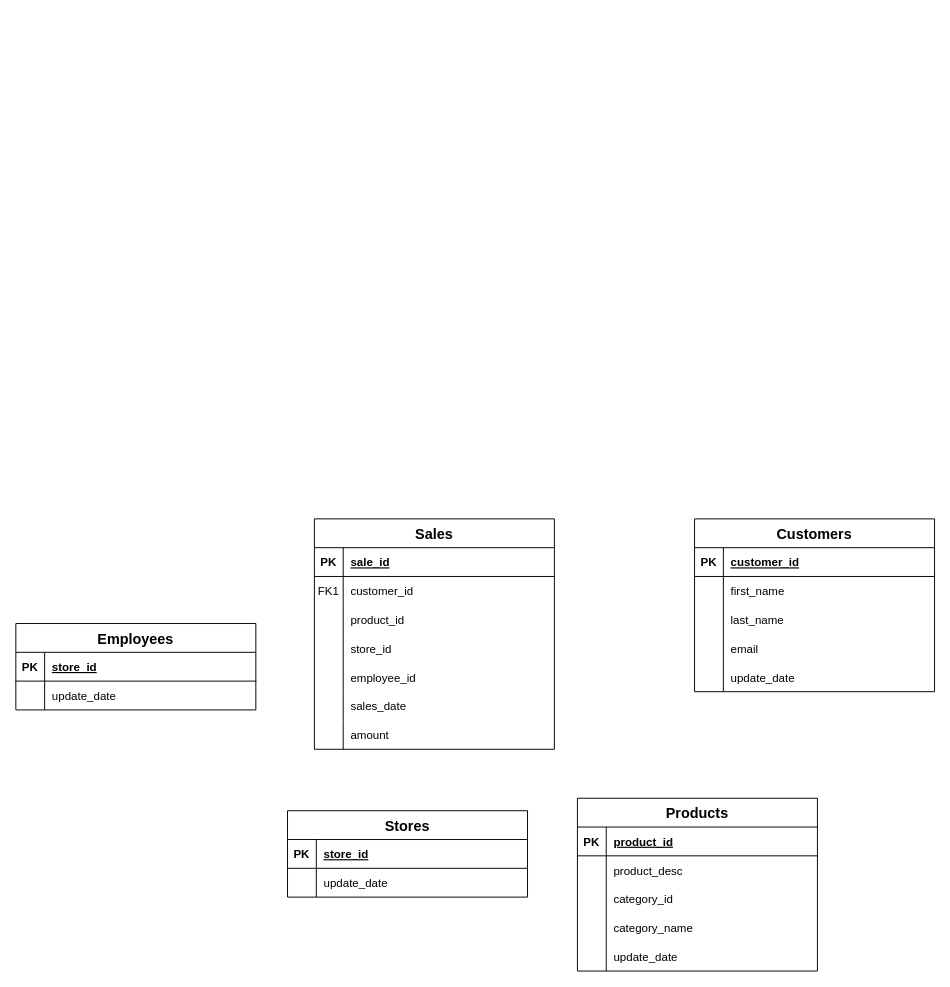
GiorgiEz/DB-modeling keeps this draw.io diagram as task2.1_start_schema.drawio. Above is the earlier version. Source tidied: cells renumbered, new cells numbered last; positions are measured from the earlier drawing's top-left corner, leaving out a move shared by most shapes. Both pictures are drawn from the tidied source at 96%, with x=0, y=0 at pixel (15, 518).
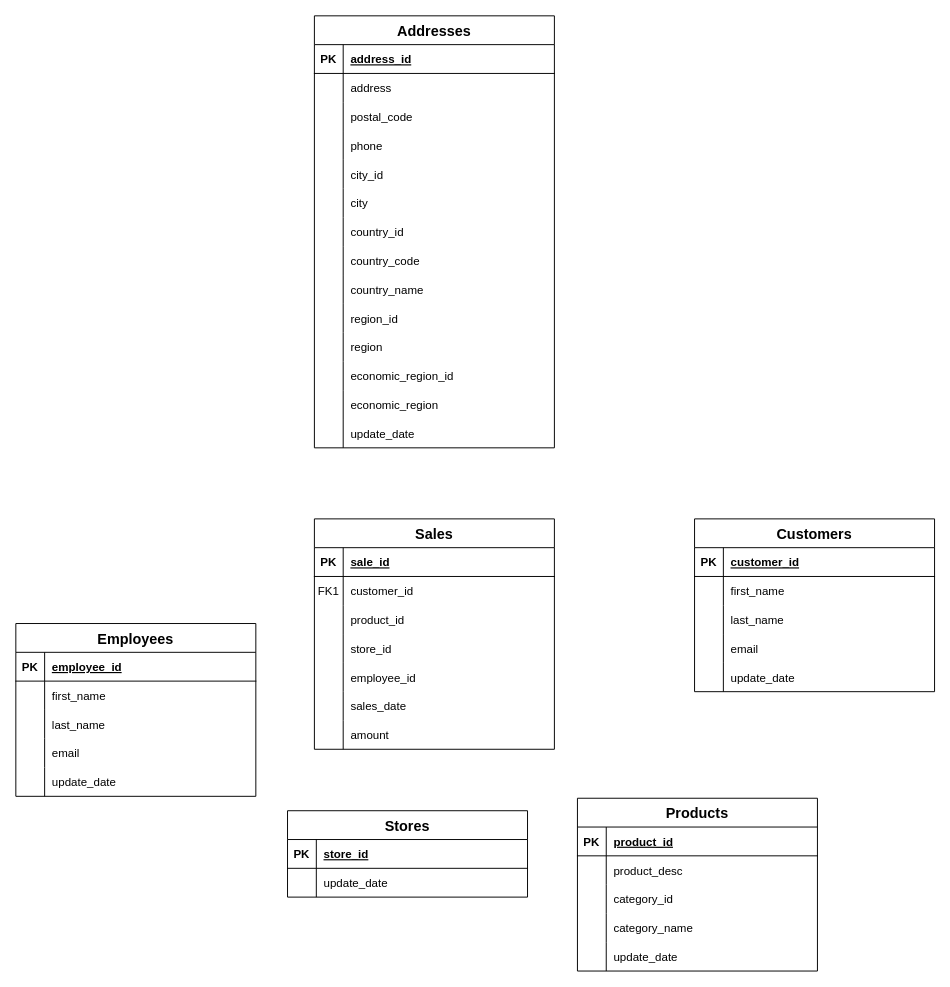
After the change.

The change refers to these unchanged cells:
```xml
<mxCell id="64" style="shape=partialRectangle;fillColor=none;top=0;left=0;right=0;bottom=1;" parent="63" vertex="1">
  <mxGeometry y="30" width="250" height="30" as="geometry" />
</mxCell>
<mxCell id="67" style="shape=partialRectangle;fillColor=none;top=0;left=0;right=0;bottom=0;" parent="63" vertex="1">
  <mxGeometry y="60" width="250" height="30" as="geometry" />
</mxCell>
```

Change to the diagram source:
```diff
@@
     <mxCell id="63" value="Employees" style="shape=table;startSize=30;childLayout=tableLayout;rowLines=0;fontStyle=1;align=center;fontSize=15;" parent="1" vertex="1">
-      <mxGeometry y="109" width="250" height="90" as="geometry" />
+      <mxGeometry y="109" width="250" height="180" as="geometry" />
     </mxCell>
@@
-    <mxCell id="66" value="store_id" style="shape=partialRectangle;overflow=hidden;fillColor=none;top=0;left=0;bottom=0;right=0;align=left;spacingLeft=6;fontStyle=5;" parent="64" vertex="1">
+    <mxCell id="66" value="employee_id" style="shape=partialRectangle;overflow=hidden;fillColor=none;top=0;left=0;bottom=0;right=0;align=left;spacingLeft=6;fontStyle=5;" parent="64" vertex="1">
       <mxGeometry x="30" width="220" height="30" as="geometry" />
     </mxCell>
@@
-    <mxCell id="69" value="update_date" style="shape=partialRectangle;overflow=hidden;fillColor=none;top=0;left=0;bottom=0;right=0;align=left;spacingLeft=6;" parent="67" vertex="1">
+    <mxCell id="69" value="first_name" style="shape=partialRectangle;overflow=hidden;fillColor=none;top=0;left=0;bottom=0;right=0;align=left;spacingLeft=6;" parent="67" vertex="1">
       <mxGeometry x="30" width="220" height="30" as="geometry" />
     </mxCell>
+    <mxCell id="70" style="shape=partialRectangle;fillColor=none;top=0;left=0;right=0;bottom=0;" parent="63" vertex="1">
+      <mxGeometry y="90" width="250" height="30" as="geometry" />
+    </mxCell>
+    <mxCell id="71" style="shape=partialRectangle;overflow=hidden;fillColor=none;top=0;left=0;bottom=0;right=0;" parent="70" vertex="1">
+      <mxGeometry width="30" height="30" as="geometry" />
+    </mxCell>
+    <mxCell id="72" value="last_name" style="shape=partialRectangle;overflow=hidden;fillColor=none;top=0;left=0;bottom=0;right=0;align=left;spacingLeft=6;" parent="70" vertex="1">
+      <mxGeometry x="30" width="220" height="30" as="geometry" />
+    </mxCell>
+    <mxCell id="73" style="shape=partialRectangle;fillColor=none;top=0;left=0;right=0;bottom=0;" parent="63" vertex="1">
+      <mxGeometry y="120" width="250" height="30" as="geometry" />
+    </mxCell>
+    <mxCell id="74" style="shape=partialRectangle;overflow=hidden;fillColor=none;top=0;left=0;bottom=0;right=0;" parent="73" vertex="1">
+      <mxGeometry width="30" height="30" as="geometry" />
+    </mxCell>
+    <mxCell id="75" value="email" style="shape=partialRectangle;overflow=hidden;fillColor=none;top=0;left=0;bottom=0;right=0;align=left;spacingLeft=6;" parent="73" vertex="1">
+      <mxGeometry x="30" width="220" height="30" as="geometry" />
+    </mxCell>
+    <mxCell id="76" style="shape=partialRectangle;fillColor=none;top=0;left=0;right=0;bottom=0;" parent="63" vertex="1">
+      <mxGeometry y="150" width="250" height="30" as="geometry" />
+    </mxCell>
+    <mxCell id="77" style="shape=partialRectangle;overflow=hidden;fillColor=none;top=0;left=0;bottom=0;right=0;" parent="76" vertex="1">
+      <mxGeometry width="30" height="30" as="geometry" />
+    </mxCell>
+    <mxCell id="78" value="update_date" style="shape=partialRectangle;overflow=hidden;fillColor=none;top=0;left=0;bottom=0;right=0;align=left;spacingLeft=6;" parent="76" vertex="1">
+      <mxGeometry x="30" width="220" height="30" as="geometry" />
+    </mxCell>
+    <mxCell id="79" value="Addresses" style="shape=table;startSize=30;childLayout=tableLayout;rowLines=0;fontStyle=1;align=center;fontSize=15;" parent="1" vertex="1">
+      <mxGeometry x="311" y="-524" width="250" height="450" as="geometry" />
+    </mxCell>
+    <mxCell id="80" style="shape=partialRectangle;fillColor=none;top=0;left=0;right=0;bottom=1;" parent="79" vertex="1">
+      <mxGeometry y="30" width="250" height="30" as="geometry" />
+    </mxCell>
+    <mxCell id="81" value="PK" style="shape=partialRectangle;overflow=hidden;fillColor=none;top=0;left=0;bottom=0;right=0;fontStyle=1;" parent="80" vertex="1">
+      <mxGeometry width="30" height="30" as="geometry" />
+    </mxCell>
+    <mxCell id="82" value="address_id" style="shape=partialRectangle;overflow=hidden;fillColor=none;top=0;left=0;bottom=0;right=0;align=left;spacingLeft=6;fontStyle=5;" parent="80" vertex="1">
+      <mxGeometry x="30" width="220" height="30" as="geometry" />
+    </mxCell>
+    <mxCell id="83" style="shape=partialRectangle;fillColor=none;top=0;left=0;right=0;bottom=0;" parent="79" vertex="1">
+      <mxGeometry y="60" width="250" height="30" as="geometry" />
+    </mxCell>
+    <mxCell id="84" style="shape=partialRectangle;overflow=hidden;fillColor=none;top=0;left=0;bottom=0;right=0;" parent="83" vertex="1">
+      <mxGeometry width="30" height="30" as="geometry" />
+    </mxCell>
+    <mxCell id="85" value="address" style="shape=partialRectangle;overflow=hidden;fillColor=none;top=0;left=0;bottom=0;right=0;align=left;spacingLeft=6;" parent="83" vertex="1">
+      <mxGeometry x="30" width="220" height="30" as="geometry" />
+    </mxCell>
+    <mxCell id="86" style="shape=partialRectangle;fillColor=none;top=0;left=0;right=0;bottom=0;" parent="79" vertex="1">
+      <mxGeometry y="90" width="250" height="30" as="geometry" />
+    </mxCell>
+    <mxCell id="87" style="shape=partialRectangle;overflow=hidden;fillColor=none;top=0;left=0;bottom=0;right=0;" parent="86" vertex="1">
+      <mxGeometry width="30" height="30" as="geometry" />
+    </mxCell>
+    <mxCell id="88" value="postal_code" style="shape=partialRectangle;overflow=hidden;fillColor=none;top=0;left=0;bottom=0;right=0;align=left;spacingLeft=6;" parent="86" vertex="1">
+      <mxGeometry x="30" width="220" height="30" as="geometry" />
+    </mxCell>
+    <mxCell id="89" style="shape=partialRectangle;fillColor=none;top=0;left=0;right=0;bottom=0;" parent="79" vertex="1">
+      <mxGeometry y="120" width="250" height="30" as="geometry" />
+    </mxCell>
+    <mxCell id="90" style="shape=partialRectangle;overflow=hidden;fillColor=none;top=0;left=0;bottom=0;right=0;" parent="89" vertex="1">
+      <mxGeometry width="30" height="30" as="geometry" />
+    </mxCell>
+    <mxCell id="91" value="phone" style="shape=partialRectangle;overflow=hidden;fillColor=none;top=0;left=0;bottom=0;right=0;align=left;spacingLeft=6;" parent="89" vertex="1">
+      <mxGeometry x="30" width="220" height="30" as="geometry" />
+    </mxCell>
+    <mxCell id="92" style="shape=partialRectangle;fillColor=none;top=0;left=0;right=0;bottom=0;" parent="79" vertex="1">
+      <mxGeometry y="150" width="250" height="30" as="geometry" />
+    </mxCell>
+    <mxCell id="93" style="shape=partialRectangle;overflow=hidden;fillColor=none;top=0;left=0;bottom=0;right=0;" parent="92" vertex="1">
+      <mxGeometry width="30" height="30" as="geometry" />
+    </mxCell>
+    <mxCell id="94" value="city_id" style="shape=partialRectangle;overflow=hidden;fillColor=none;top=0;left=0;bottom=0;right=0;align=left;spacingLeft=6;" parent="92" vertex="1">
+      <mxGeometry x="30" width="220" height="30" as="geometry" />
+    </mxCell>
+    <mxCell id="95" style="shape=partialRectangle;fillColor=none;top=0;left=0;right=0;bottom=0;" parent="79" vertex="1">
+      <mxGeometry y="180" width="250" height="30" as="geometry" />
+    </mxCell>
+    <mxCell id="96" style="shape=partialRectangle;overflow=hidden;fillColor=none;top=0;left=0;bottom=0;right=0;" parent="95" vertex="1">
+      <mxGeometry width="30" height="30" as="geometry" />
+    </mxCell>
+    <mxCell id="97" value="city" style="shape=partialRectangle;overflow=hidden;fillColor=none;top=0;left=0;bottom=0;right=0;align=left;spacingLeft=6;" parent="95" vertex="1">
+      <mxGeometry x="30" width="220" height="30" as="geometry" />
+    </mxCell>
+    <mxCell id="98" style="shape=partialRectangle;fillColor=none;top=0;left=0;right=0;bottom=0;" parent="79" vertex="1">
+      <mxGeometry y="210" width="250" height="30" as="geometry" />
+    </mxCell>
+    <mxCell id="99" style="shape=partialRectangle;overflow=hidden;fillColor=none;top=0;left=0;bottom=0;right=0;" parent="98" vertex="1">
+      <mxGeometry width="30" height="30" as="geometry" />
+    </mxCell>
+    <mxCell id="100" value="country_id" style="shape=partialRectangle;overflow=hidden;fillColor=none;top=0;left=0;bottom=0;right=0;align=left;spacingLeft=6;" parent="98" vertex="1">
+      <mxGeometry x="30" width="220" height="30" as="geometry" />
+    </mxCell>
+    <mxCell id="101" style="shape=partialRectangle;fillColor=none;top=0;left=0;right=0;bottom=0;" parent="79" vertex="1">
+      <mxGeometry y="240" width="250" height="30" as="geometry" />
+    </mxCell>
+    <mxCell id="102" style="shape=partialRectangle;overflow=hidden;fillColor=none;top=0;left=0;bottom=0;right=0;" parent="101" vertex="1">
+      <mxGeometry width="30" height="30" as="geometry" />
+    </mxCell>
+    <mxCell id="103" value="country_code" style="shape=partialRectangle;overflow=hidden;fillColor=none;top=0;left=0;bottom=0;right=0;align=left;spacingLeft=6;" parent="101" vertex="1">
+      <mxGeometry x="30" width="220" height="30" as="geometry" />
+    </mxCell>
+    <mxCell id="104" style="shape=partialRectangle;fillColor=none;top=0;left=0;right=0;bottom=0;" parent="79" vertex="1">
+      <mxGeometry y="270" width="250" height="30" as="geometry" />
+    </mxCell>
+    <mxCell id="105" style="shape=partialRectangle;overflow=hidden;fillColor=none;top=0;left=0;bottom=0;right=0;" parent="104" vertex="1">
+      <mxGeometry width="30" height="30" as="geometry" />
+    </mxCell>
+    <mxCell id="106" value="country_name" style="shape=partialRectangle;overflow=hidden;fillColor=none;top=0;left=0;bottom=0;right=0;align=left;spacingLeft=6;" parent="104" vertex="1">
+      <mxGeometry x="30" width="220" height="30" as="geometry" />
+    </mxCell>
+    <mxCell id="107" style="shape=partialRectangle;fillColor=none;top=0;left=0;right=0;bottom=0;" parent="79" vertex="1">
+      <mxGeometry y="300" width="250" height="30" as="geometry" />
+    </mxCell>
+    <mxCell id="108" style="shape=partialRectangle;overflow=hidden;fillColor=none;top=0;left=0;bottom=0;right=0;" parent="107" vertex="1">
+      <mxGeometry width="30" height="30" as="geometry" />
+    </mxCell>
+    <mxCell id="109" value="region_id" style="shape=partialRectangle;overflow=hidden;fillColor=none;top=0;left=0;bottom=0;right=0;align=left;spacingLeft=6;" parent="107" vertex="1">
+      <mxGeometry x="30" width="220" height="30" as="geometry" />
+    </mxCell>
+    <mxCell id="110" style="shape=partialRectangle;fillColor=none;top=0;left=0;right=0;bottom=0;" parent="79" vertex="1">
+      <mxGeometry y="330" width="250" height="30" as="geometry" />
+    </mxCell>
+    <mxCell id="111" style="shape=partialRectangle;overflow=hidden;fillColor=none;top=0;left=0;bottom=0;right=0;" parent="110" vertex="1">
+      <mxGeometry width="30" height="30" as="geometry" />
+    </mxCell>
+    <mxCell id="112" value="region" style="shape=partialRectangle;overflow=hidden;fillColor=none;top=0;left=0;bottom=0;right=0;align=left;spacingLeft=6;" parent="110" vertex="1">
+      <mxGeometry x="30" width="220" height="30" as="geometry" />
+    </mxCell>
+    <mxCell id="113" style="shape=partialRectangle;fillColor=none;top=0;left=0;right=0;bottom=0;" parent="79" vertex="1">
+      <mxGeometry y="360" width="250" height="30" as="geometry" />
+    </mxCell>
+    <mxCell id="114" style="shape=partialRectangle;overflow=hidden;fillColor=none;top=0;left=0;bottom=0;right=0;" parent="113" vertex="1">
+      <mxGeometry width="30" height="30" as="geometry" />
+    </mxCell>
+    <mxCell id="115" value="economic_region_id" style="shape=partialRectangle;overflow=hidden;fillColor=none;top=0;left=0;bottom=0;right=0;align=left;spacingLeft=6;" parent="113" vertex="1">
+      <mxGeometry x="30" width="220" height="30" as="geometry" />
+    </mxCell>
+    <mxCell id="116" style="shape=partialRectangle;fillColor=none;top=0;left=0;right=0;bottom=0;" parent="79" vertex="1">
+      <mxGeometry y="390" width="250" height="30" as="geometry" />
+    </mxCell>
+    <mxCell id="117" style="shape=partialRectangle;overflow=hidden;fillColor=none;top=0;left=0;bottom=0;right=0;" parent="116" vertex="1">
+      <mxGeometry width="30" height="30" as="geometry" />
+    </mxCell>
+    <mxCell id="118" value="economic_region" style="shape=partialRectangle;overflow=hidden;fillColor=none;top=0;left=0;bottom=0;right=0;align=left;spacingLeft=6;" parent="116" vertex="1">
+      <mxGeometry x="30" width="220" height="30" as="geometry" />
+    </mxCell>
+    <mxCell id="119" style="shape=partialRectangle;fillColor=none;top=0;left=0;right=0;bottom=0;" parent="79" vertex="1">
+      <mxGeometry y="420" width="250" height="30" as="geometry" />
+    </mxCell>
+    <mxCell id="120" style="shape=partialRectangle;overflow=hidden;fillColor=none;top=0;left=0;bottom=0;right=0;" parent="119" vertex="1">
+      <mxGeometry width="30" height="30" as="geometry" />
+    </mxCell>
+    <mxCell id="121" value="update_date" style="shape=partialRectangle;overflow=hidden;fillColor=none;top=0;left=0;bottom=0;right=0;align=left;spacingLeft=6;" parent="119" vertex="1">
+      <mxGeometry x="30" width="220" height="30" as="geometry" />
+    </mxCell>
```
